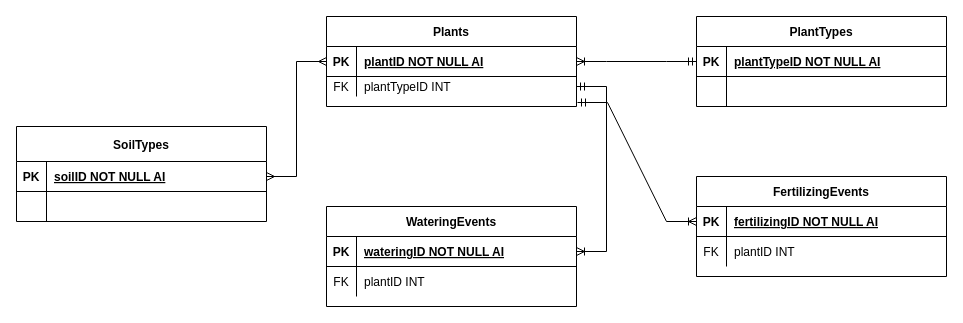
This is ER Diagram.drawio from bkromrey/YourPlantMenagerie, a draw.io file, before an edit. Source tidied: cells renumbered, new cells numbered last; positions are measured from the earlier drawing's top-left corner, leaving out a move shared by most shapes. Both pictures are drawn from the tidied source at 100%, with x=0, y=0 at pixel (16, 16).
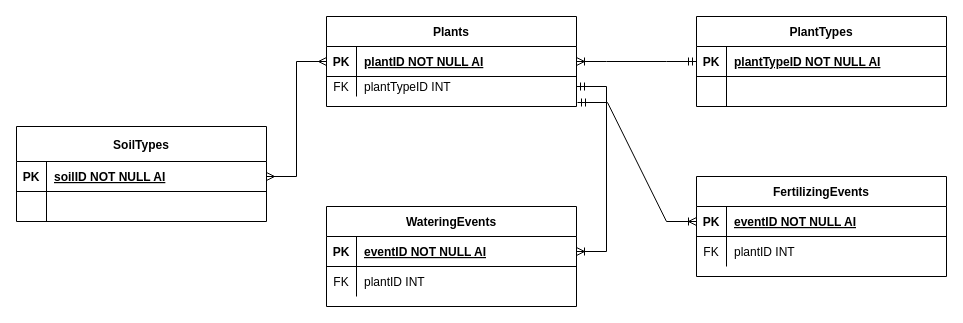
The same diagram, later.

Commit message:
Updated ER Diagram with eventID change

The change refers to these unchanged cells:
```xml
<mxCell id="24" style="shape=partialRectangle;fillColor=none;points=[[0,0.5],[1,0.5]];portConstraint=eastwest;top=0;left=0;right=0;bottom=1;" parent="23" vertex="1">
  <mxGeometry y="30" width="250" height="30" as="geometry" />
</mxCell>
<mxCell id="31" style="shape=partialRectangle;fillColor=none;points=[[0,0.5],[1,0.5]];portConstraint=eastwest;top=0;left=0;right=0;bottom=1;" parent="30" vertex="1">
  <mxGeometry y="30" width="250" height="30" as="geometry" />
</mxCell>
```

Diff of the diagram source:
```diff
@@
-    <mxCell id="26" value="wateringID NOT NULL AI" style="shape=partialRectangle;overflow=hidden;fillColor=none;top=0;left=0;bottom=0;right=0;align=left;spacingLeft=6;fontStyle=5;" parent="24" vertex="1">
+    <mxCell id="26" value="eventID NOT NULL AI" style="shape=partialRectangle;overflow=hidden;fillColor=none;top=0;left=0;bottom=0;right=0;align=left;spacingLeft=6;fontStyle=5;" parent="24" vertex="1">
       <mxGeometry x="30" width="220" height="30" as="geometry" />
     </mxCell>
@@
-    <mxCell id="33" value="fertilizingID NOT NULL AI" style="shape=partialRectangle;overflow=hidden;fillColor=none;top=0;left=0;bottom=0;right=0;align=left;spacingLeft=6;fontStyle=5;" parent="31" vertex="1">
+    <mxCell id="33" value="eventID NOT NULL AI" style="shape=partialRectangle;overflow=hidden;fillColor=none;top=0;left=0;bottom=0;right=0;align=left;spacingLeft=6;fontStyle=5;" parent="31" vertex="1">
       <mxGeometry x="30" width="220" height="30" as="geometry" />
     </mxCell>
```
